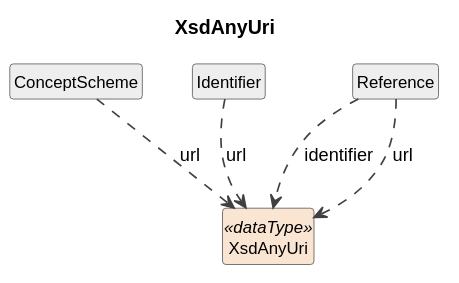
Cross-Domain-Interoperability-Framework/metadataBuildingBlocks keeps this PlantUML diagram as cdif-uml-model/_plantuml/cdifCodelist/DataTypes/XsdAnyUri.svg. Above is the earlier version.
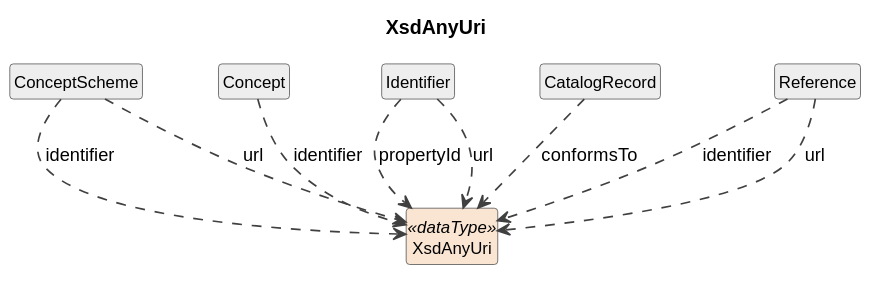
After the change.

What changed in the source:
```diff
@@ -12,9 +12,15 @@
 
 class "XsdAnyUri" as XsdAnyUri <<dataType>> #FAE5D3
 class "ConceptScheme" as ConceptScheme #EEEEEE
+ConceptScheme ..> XsdAnyUri : identifier
 ConceptScheme ..> XsdAnyUri : url
+class "Concept" as Concept #EEEEEE
+Concept ..> XsdAnyUri : identifier
 class "Identifier" as Identifier #EEEEEE
+Identifier ..> XsdAnyUri : propertyId
 Identifier ..> XsdAnyUri : url
+class "CatalogRecord" as CatalogRecord #EEEEEE
+CatalogRecord ..> XsdAnyUri : conformsTo
 class "Reference" as Reference #EEEEEE
 Reference ..> XsdAnyUri : identifier
 Reference ..> XsdAnyUri : url
```
